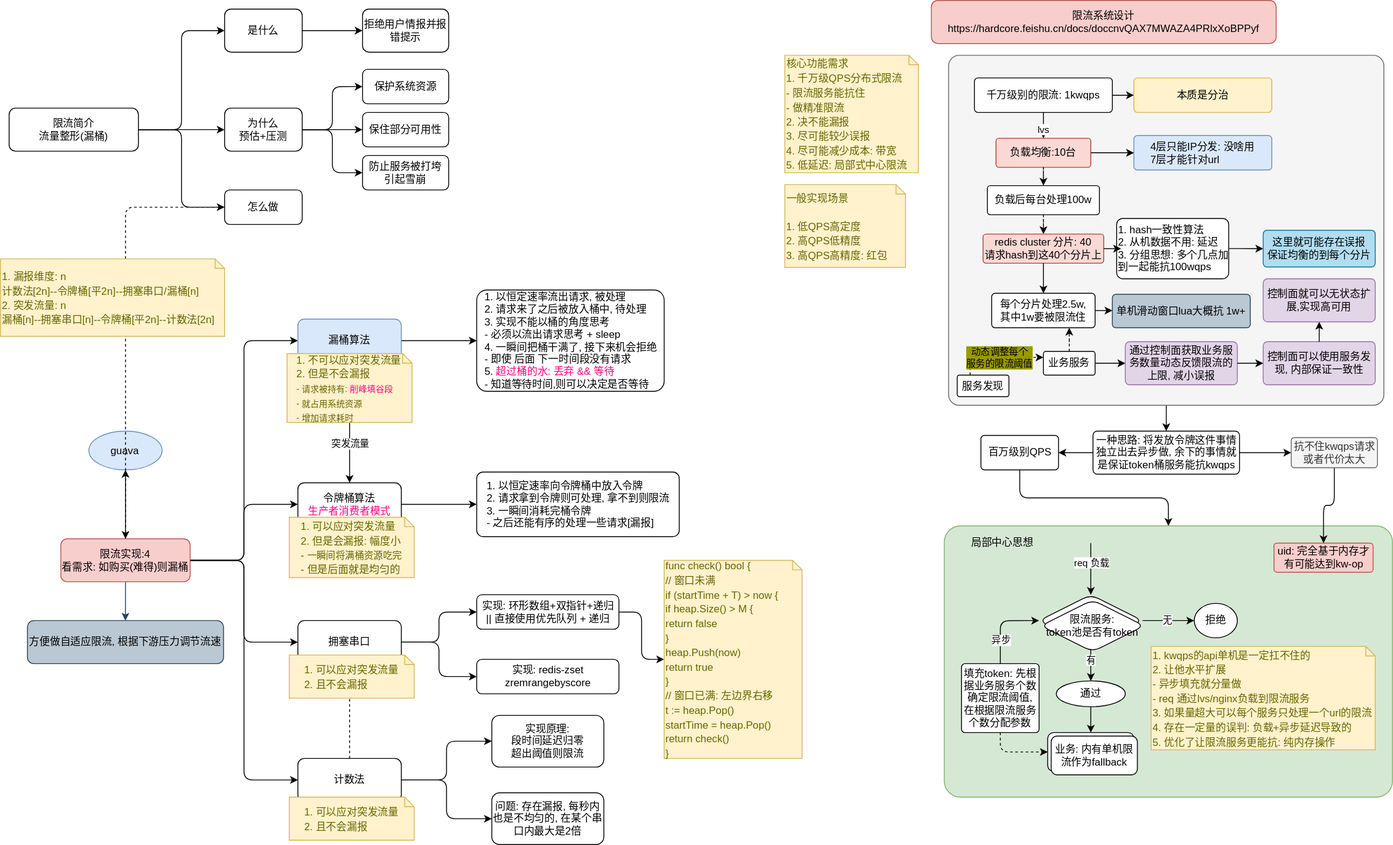
The draw.io diagram diagrams/dist/04.dist-limit.svg in Alice52/diagrams, before a commit. Source tidied: cells renumbered, new cells last; positions are measured from the earlier drawing's top-left corner, leaving out a move shared by most shapes.
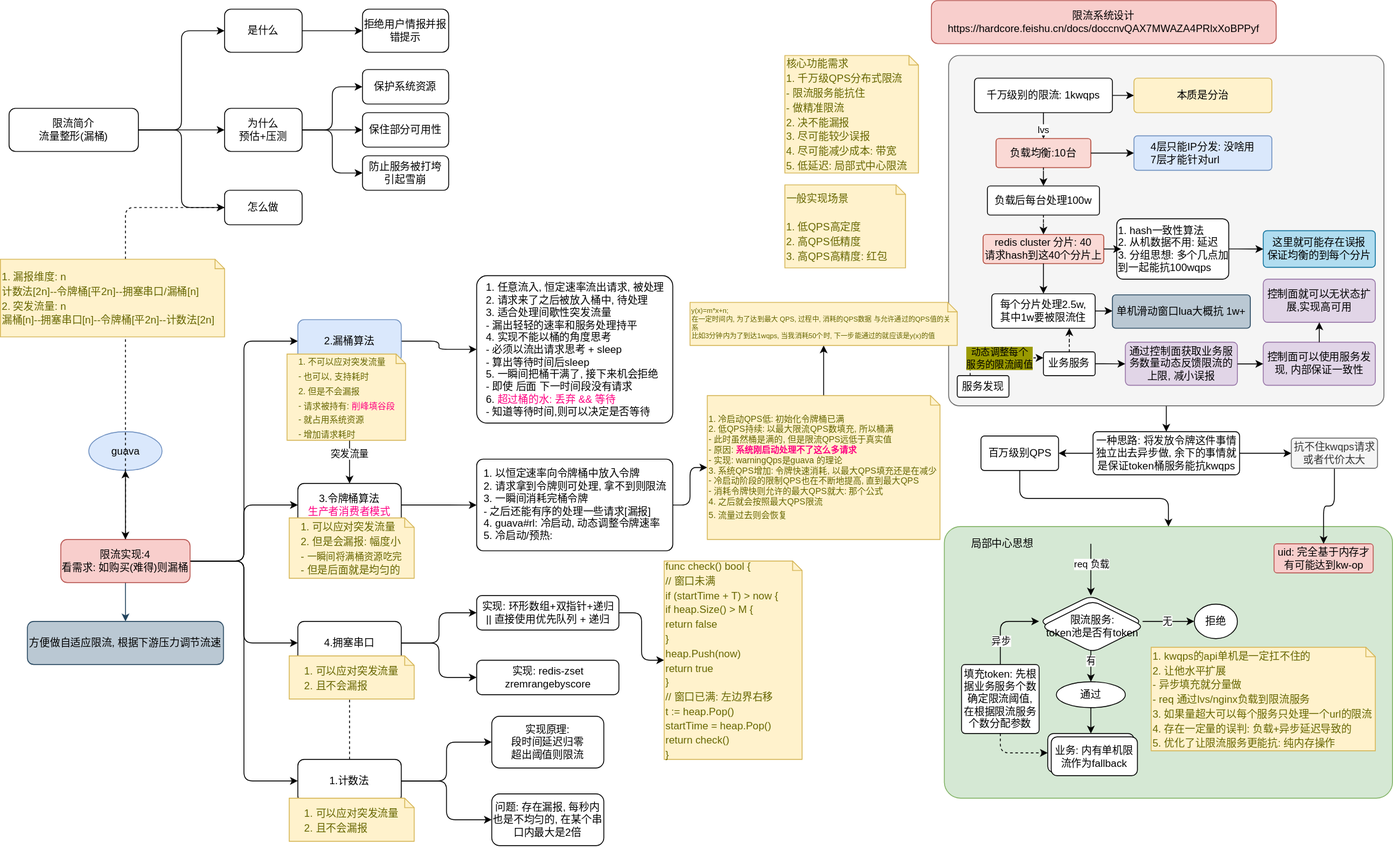
Above is the later version.

Commit message:
dist/limit: add warmup for token-limit solution

Diff of the diagram source:
```diff
@@ -106,15 +106,17 @@
       <mxGeometry relative="1" as="geometry" />
     </mxCell>
     <mxCell id="34" value="突发流量" style="edgeLabel;html=1;align=center;verticalAlign=middle;" parent="33" vertex="1">
-      <mxGeometry x="0.35" y="1" relative="1" as="geometry" />
+      <mxGeometry x="0.35" y="1" relative="1" as="geometry">
+        <mxPoint x="-1" y="11" as="offset" />
+      </mxGeometry>
     </mxCell>
-    <mxCell id="35" value="漏桶算法" style="rounded=1;whiteSpace=wrap;html=1;fillColor=#dae8fc;strokeColor=#6c8ebf;" parent="1" vertex="1">
+    <mxCell id="35" value="2.漏桶算法" style="rounded=1;whiteSpace=wrap;html=1;fillColor=#dae8fc;strokeColor=#6c8ebf;" parent="1" vertex="1">
       <mxGeometry x="345" y="370" width="120" height="50" as="geometry" />
     </mxCell>
     <mxCell id="36" style="edgeStyle=orthogonalEdgeStyle;rounded=1;jettySize=auto;html=1;" parent="1" edge="1" source="37" target="73">
       <mxGeometry relative="1" as="geometry" />
     </mxCell>
-    <mxCell id="37" value="令牌桶算法&lt;br&gt;&lt;font color=&quot;#ff0080&quot;&gt;生产者消费者模式&lt;/font&gt;" style="rounded=1;whiteSpace=wrap;html=1;" parent="1" vertex="1">
+    <mxCell id="37" value="3.令牌桶算法&lt;br&gt;&lt;font color=&quot;#ff0080&quot;&gt;生产者消费者模式&lt;/font&gt;" style="rounded=1;whiteSpace=wrap;html=1;" parent="1" vertex="1">
       <mxGeometry x="345" y="560" width="120" height="50" as="geometry" />
     </mxCell>
     <mxCell id="38" style="edgeStyle=orthogonalEdgeStyle;rounded=1;jettySize=auto;html=1;" parent="1" edge="1" source="40" target="69">
@@ -123,7 +125,7 @@
     <mxCell id="39" style="edgeStyle=orthogonalEdgeStyle;rounded=1;jettySize=auto;html=1;" parent="1" edge="1" source="40" target="70">
       <mxGeometry relative="1" as="geometry" />
     </mxCell>
-    <mxCell id="40" value="拥塞串口" style="rounded=1;whiteSpace=wrap;html=1;" parent="1" vertex="1">
+    <mxCell id="40" value="4.拥塞串口" style="rounded=1;whiteSpace=wrap;html=1;" parent="1" vertex="1">
       <mxGeometry x="345" y="720" width="120" height="50" as="geometry" />
     </mxCell>
     <mxCell id="41" style="edgeStyle=orthogonalEdgeStyle;rounded=1;jettySize=auto;html=1;entryX=0;entryY=0.5;entryDx=0;entryDy=0;" parent="1" edge="1" source="44" target="62">
@@ -135,7 +137,7 @@
     <mxCell id="43" style="edgeStyle=orthogonalEdgeStyle;rounded=1;jettySize=auto;html=1;entryX=0.5;entryY=1;entryDx=0;entryDy=0;dashed=1;" parent="1" edge="1" source="44" target="40">
       <mxGeometry relative="1" as="geometry" />
     </mxCell>
-    <mxCell id="44" value="计数法" style="rounded=1;whiteSpace=wrap;html=1;" parent="1" vertex="1">
+    <mxCell id="44" value="1.计数法" style="rounded=1;whiteSpace=wrap;html=1;" parent="1" vertex="1">
       <mxGeometry x="345" y="880" width="120" height="50" as="geometry" />
     </mxCell>
     <mxCell id="45" value="guava" style="ellipse;whiteSpace=wrap;html=1;rounded=1;fillColor=#dae8fc;strokeColor=#6c8ebf;" parent="1" vertex="1">
@@ -202,8 +204,8 @@
     <mxCell id="64" value="&lt;div style=&quot;text-align: left&quot;&gt;&lt;span style=&quot;font-size: 12px&quot;&gt;1. 可以应对突发流量&lt;/span&gt;&lt;/div&gt;&lt;div style=&quot;text-align: left&quot;&gt;&lt;span style=&quot;font-size: 12px&quot;&gt;2. 但是会漏报: 幅度小&lt;/span&gt;&lt;/div&gt;&lt;div style=&quot;text-align: left&quot;&gt;&lt;span style=&quot;font-size: 12px&quot;&gt;&amp;nbsp; &amp;nbsp; - &lt;/span&gt;&lt;font style=&quot;font-size: 11px&quot;&gt;一瞬间将满桶资源吃完&lt;/font&gt;&lt;/div&gt;&lt;div style=&quot;text-align: left&quot;&gt;&lt;span style=&quot;font-size: 12px&quot;&gt;&amp;nbsp; &amp;nbsp; - 但是后面就是均匀的&lt;/span&gt;&lt;/div&gt;" style="shape=note;strokeWidth=0;fontSize=14;size=11;whiteSpace=wrap;html=1;fillColor=#fff2cc;strokeColor=#d6b656;fontColor=#666600;" parent="1" vertex="1">
       <mxGeometry x="335" y="600" width="145" height="70" as="geometry" />
     </mxCell>
-    <mxCell id="65" value="&lt;div style=&quot;text-align: left&quot;&gt;&lt;span style=&quot;font-size: 12px&quot;&gt;1. 不可以应对突发流量&lt;/span&gt;&lt;/div&gt;&lt;div style=&quot;text-align: left&quot;&gt;&lt;span style=&quot;font-size: 12px&quot;&gt;2. 但是不会漏报&lt;/span&gt;&lt;/div&gt;&lt;div style=&quot;text-align: left&quot;&gt;&lt;span style=&quot;font-size: 12px&quot;&gt;&amp;nbsp; &amp;nbsp; &lt;/span&gt;&lt;font style=&quot;font-size: 10px&quot;&gt;- 请求被持有: &lt;font color=&quot;#ff0080&quot;&gt;削峰填谷段&lt;/font&gt;&lt;/font&gt;&lt;/div&gt;&lt;div style=&quot;text-align: left&quot;&gt;&lt;font style=&quot;font-size: 13px&quot;&gt;&amp;nbsp; &lt;/font&gt;&lt;font style=&quot;font-size: 10px&quot;&gt;&amp;nbsp; - 就占用系统资源&lt;/font&gt;&lt;/div&gt;&lt;div style=&quot;text-align: left&quot;&gt;&lt;font style=&quot;font-size: 13px&quot;&gt;&amp;nbsp; &amp;nbsp; &lt;/font&gt;&lt;font style=&quot;font-size: 10px&quot;&gt;- 增加请求耗时&lt;/font&gt;&lt;/div&gt;" style="shape=note;strokeWidth=0;fontSize=14;size=11;whiteSpace=wrap;html=1;fillColor=#fff2cc;strokeColor=#d6b656;fontColor=#666600;" parent="1" vertex="1">
-      <mxGeometry x="332.5" y="410" width="145" height="80" as="geometry" />
+    <mxCell id="65" value="&lt;div style=&quot;text-align: left&quot;&gt;&lt;font style=&quot;font-size: 10px&quot;&gt;1. 不可以应对突发流量&lt;/font&gt;&lt;/div&gt;&lt;div style=&quot;text-align: left&quot;&gt;&lt;font style=&quot;font-size: 10px&quot;&gt;&amp;nbsp; &amp;nbsp; - 也可以, 支持耗时&lt;/font&gt;&lt;/div&gt;&lt;div style=&quot;text-align: left&quot;&gt;&lt;font style=&quot;font-size: 10px&quot;&gt;2. 但是不会漏报&lt;/font&gt;&lt;/div&gt;&lt;div style=&quot;text-align: left&quot;&gt;&lt;span style=&quot;font-size: 12px&quot;&gt;&amp;nbsp; &amp;nbsp; &lt;/span&gt;&lt;font style=&quot;font-size: 10px&quot;&gt;- 请求被持有: &lt;font color=&quot;#ff0080&quot;&gt;削峰填谷段&lt;/font&gt;&lt;/font&gt;&lt;/div&gt;&lt;div style=&quot;text-align: left&quot;&gt;&lt;font style=&quot;font-size: 13px&quot;&gt;&amp;nbsp; &lt;/font&gt;&lt;font style=&quot;font-size: 10px&quot;&gt;&amp;nbsp; - 就占用系统资源&lt;/font&gt;&lt;/div&gt;&lt;div style=&quot;text-align: left&quot;&gt;&lt;font style=&quot;font-size: 13px&quot;&gt;&amp;nbsp; &amp;nbsp; &lt;/font&gt;&lt;font style=&quot;font-size: 10px&quot;&gt;- 增加请求耗时&lt;/font&gt;&lt;/div&gt;" style="shape=note;strokeWidth=0;fontSize=14;size=11;whiteSpace=wrap;html=1;fillColor=#fff2cc;strokeColor=#d6b656;fontColor=#666600;" parent="1" vertex="1">
+      <mxGeometry x="332.5" y="410" width="137.5" height="100" as="geometry" />
     </mxCell>
     <mxCell id="66" value="&lt;div style=&quot;text-align: left&quot;&gt;&lt;span style=&quot;font-size: 12px&quot;&gt;1. 可以应对突发流量&lt;/span&gt;&lt;/div&gt;&lt;div style=&quot;text-align: left&quot;&gt;&lt;span style=&quot;font-size: 12px&quot;&gt;2. 且不会漏报&lt;/span&gt;&lt;/div&gt;" style="shape=note;strokeWidth=0;fontSize=14;size=11;whiteSpace=wrap;html=1;fillColor=#fff2cc;strokeColor=#d6b656;fontColor=#666600;" parent="1" vertex="1">
       <mxGeometry x="335" y="760" width="145" height="50" as="geometry" />
@@ -223,11 +225,14 @@
     <mxCell id="71" value="&lt;div&gt;&lt;span style=&quot;font-size: 12px&quot;&gt;func check() bool {&lt;/span&gt;&lt;/div&gt;&lt;div&gt;&lt;span style=&quot;font-size: 12px&quot;&gt;&amp;nbsp; // 窗口未满&lt;/span&gt;&lt;/div&gt;&lt;div&gt;&lt;span style=&quot;font-size: 12px&quot;&gt;&amp;nbsp; if (startTime + T) &amp;gt; now&amp;nbsp;&lt;/span&gt;&lt;span style=&quot;font-size: 12px&quot;&gt;{&lt;/span&gt;&lt;/div&gt;&lt;div&gt;&lt;span style=&quot;font-size: 12px&quot;&gt;&amp;nbsp; &amp;nbsp; if heap.Size() &amp;gt; M {&lt;/span&gt;&lt;/div&gt;&lt;div&gt;&lt;span style=&quot;font-size: 12px&quot;&gt;&amp;nbsp; &amp;nbsp; &amp;nbsp; return false&lt;/span&gt;&lt;/div&gt;&lt;div&gt;&lt;span style=&quot;font-size: 12px&quot;&gt;&amp;nbsp; &amp;nbsp; }&lt;/span&gt;&lt;/div&gt;&lt;div&gt;&lt;span style=&quot;font-size: 12px&quot;&gt;&amp;nbsp; &amp;nbsp; heap.Push(now)&lt;/span&gt;&lt;/div&gt;&lt;div&gt;&lt;span style=&quot;font-size: 12px&quot;&gt;&amp;nbsp; &amp;nbsp; return true&lt;/span&gt;&lt;/div&gt;&lt;div&gt;&lt;span style=&quot;font-size: 12px&quot;&gt;&amp;nbsp; }&lt;/span&gt;&lt;/div&gt;&lt;span style=&quot;font-size: 12px&quot;&gt;&amp;nbsp; // 窗口已满: 左边界右移&lt;/span&gt;&lt;div&gt;&lt;span style=&quot;font-size: 12px&quot;&gt;&amp;nbsp; t := heap.Pop()&lt;/span&gt;&lt;/div&gt;&lt;div&gt;&lt;span style=&quot;font-size: 12px&quot;&gt;&amp;nbsp; startTime = heap.Pop()&lt;/span&gt;&lt;/div&gt;&lt;div&gt;&lt;span style=&quot;font-size: 12px&quot;&gt;&amp;nbsp; return check()&lt;/span&gt;&lt;/div&gt;&lt;div&gt;&lt;span style=&quot;font-size: 12px&quot;&gt;}&lt;br&gt;&lt;/span&gt;&lt;/div&gt;" style="shape=note;strokeWidth=0;fontSize=14;size=11;whiteSpace=wrap;html=1;fillColor=#fff2cc;strokeColor=#d6b656;fontColor=#666600;align=left;" parent="1" vertex="1">
       <mxGeometry x="770" y="650" width="160" height="230" as="geometry" />
     </mxCell>
-    <mxCell id="72" value="&lt;div style=&quot;text-align: left&quot;&gt;&lt;span&gt;1. 以恒定速率流出请求, 被处理&lt;/span&gt;&lt;/div&gt;&lt;div style=&quot;text-align: left&quot;&gt;&lt;span&gt;2. 请求来了之后被放入桶中, 待处理&lt;/span&gt;&lt;/div&gt;&lt;div style=&quot;text-align: left&quot;&gt;&lt;div&gt;3.&amp;nbsp;实现不能以桶的角度思考&lt;/div&gt;&lt;div&gt;&amp;nbsp; &amp;nbsp; - 必须以流出请求思考 + sleep&lt;/div&gt;&lt;div&gt;4. 一瞬间把桶干满了, 接下来机会拒绝&lt;/div&gt;&lt;div&gt;&amp;nbsp; &amp;nbsp; - 即使&lt;span&gt;后面&lt;/span&gt;&lt;span&gt;下一时间段没有请求&lt;/span&gt;&lt;/div&gt;&lt;div&gt;5. &lt;font color=&quot;#ff0080&quot;&gt;超过桶的水: 丢弃 &amp;amp;&amp;amp; 等待&lt;/font&gt;&lt;/div&gt;&lt;div&gt;&amp;nbsp; &amp;nbsp; - 知道等待时间,则可以决定是否等待&lt;font color=&quot;#ff0080&quot;&gt;&lt;br&gt;&lt;/font&gt;&lt;/div&gt;&lt;/div&gt;" style="rounded=1;whiteSpace=wrap;html=1;arcSize=10;" parent="1" vertex="1">
-      <mxGeometry x="552.5" y="336.2" width="217.5" height="117.5" as="geometry" />
+    <mxCell id="72" value="&lt;div style=&quot;text-align: left&quot;&gt;&lt;span&gt;1. 任意流入, 恒定速率流出请求, 被处理&lt;/span&gt;&lt;/div&gt;&lt;div style=&quot;text-align: left&quot;&gt;&lt;span&gt;2. 请求来了之后被放入桶中, 待处理&lt;/span&gt;&lt;/div&gt;&lt;div style=&quot;text-align: left&quot;&gt;&lt;div&gt;3. 适合处理间歇性突发流量&lt;/div&gt;&lt;div&gt;&amp;nbsp; &amp;nbsp; - 漏出轻轻的速率和服务处理持平&lt;/div&gt;&lt;div&gt;4.&amp;nbsp;实现不能以桶的角度思考&lt;/div&gt;&lt;div&gt;&amp;nbsp; &amp;nbsp; - 必须以流出请求思考 + sleep&lt;/div&gt;&lt;div&gt;&amp;nbsp; &amp;nbsp; - 算出等待时间后sleep&lt;/div&gt;&lt;div&gt;5. 一瞬间把桶干满了, 接下来机会拒绝&lt;/div&gt;&lt;div&gt;&amp;nbsp; &amp;nbsp; - 即使&lt;span&gt;后面&lt;/span&gt;&lt;span&gt;下一时间段没有请求&lt;/span&gt;&lt;/div&gt;&lt;div&gt;6. &lt;font color=&quot;#ff0080&quot;&gt;超过桶的水: 丢弃 &amp;amp;&amp;amp; 等待&lt;/font&gt;&lt;/div&gt;&lt;div&gt;&amp;nbsp; &amp;nbsp; - 知道等待时间,则可以决定是否等待&lt;font color=&quot;#ff0080&quot;&gt;&lt;br&gt;&lt;/font&gt;&lt;/div&gt;&lt;/div&gt;" style="rounded=1;whiteSpace=wrap;html=1;arcSize=7;" parent="1" vertex="1">
+      <mxGeometry x="552.5" y="319.1" width="227.5" height="170.9" as="geometry" />
     </mxCell>
+    <mxCell id="119" style="edgeStyle=orthogonalEdgeStyle;rounded=1;jettySize=auto;html=1;entryX=0;entryY=0.5;entryDx=0;entryDy=0;entryPerimeter=0;" parent="1" edge="1" source="73" target="121">
+      <mxGeometry relative="1" as="geometry" />
+    </mxCell>
-    <mxCell id="73" value="&lt;div style=&quot;text-align: left&quot;&gt;&lt;span&gt;1. 以恒定速率向令牌桶中放入令牌&lt;/span&gt;&lt;/div&gt;&lt;div style=&quot;text-align: left&quot;&gt;&lt;span&gt;2. 请求拿到令牌则可处理, 拿不到则限流&lt;/span&gt;&lt;/div&gt;&lt;div style=&quot;text-align: left&quot;&gt;&lt;span&gt;3. 一瞬间消耗完桶令牌&lt;/span&gt;&lt;/div&gt;&lt;div style=&quot;text-align: left&quot;&gt;&lt;span&gt;&amp;nbsp; &amp;nbsp; - 之后还能有序的处理一些请求[漏报]&lt;/span&gt;&lt;/div&gt;" style="rounded=1;whiteSpace=wrap;html=1;arcSize=10;" parent="1" vertex="1">
-      <mxGeometry x="552.5" y="547.5" width="235" height="75" as="geometry" />
+    <mxCell id="73" value="&lt;div style=&quot;text-align: left&quot;&gt;&lt;span&gt;1. 以恒定速率向令牌桶中放入令牌&lt;/span&gt;&lt;/div&gt;&lt;div style=&quot;text-align: left&quot;&gt;&lt;span&gt;2. 请求拿到令牌则可处理, 拿不到则限流&lt;/span&gt;&lt;/div&gt;&lt;div style=&quot;text-align: left&quot;&gt;&lt;span&gt;3. 一瞬间消耗完桶令牌&lt;/span&gt;&lt;/div&gt;&lt;div style=&quot;text-align: left&quot;&gt;&lt;span&gt;&amp;nbsp; &amp;nbsp; - 之后还能有序的处理一些请求[漏报]&lt;/span&gt;&lt;/div&gt;&lt;div style=&quot;text-align: left&quot;&gt;&lt;span&gt;4. guava#rl: 冷启动, 动态调整令牌速率&lt;/span&gt;&lt;/div&gt;&lt;div style=&quot;text-align: left&quot;&gt;5. 冷启动/预热:&lt;/div&gt;" style="rounded=1;whiteSpace=wrap;html=1;arcSize=7;" parent="1" vertex="1">
+      <mxGeometry x="552.5" y="531.9" width="227.5" height="106.2" as="geometry" />
     </mxCell>
     <mxCell id="74" value="&lt;div style=&quot;text-align: left&quot;&gt;&lt;span style=&quot;font-size: 12px&quot;&gt;1. 可以应对突发流量&lt;/span&gt;&lt;/div&gt;&lt;div style=&quot;text-align: left&quot;&gt;&lt;span style=&quot;font-size: 12px&quot;&gt;2. 且不会漏报&lt;/span&gt;&lt;/div&gt;" style="shape=note;strokeWidth=0;fontSize=14;size=11;whiteSpace=wrap;html=1;fillColor=#fff2cc;strokeColor=#d6b656;fontColor=#666600;" parent="1" vertex="1">
       <mxGeometry x="335" y="925" width="145" height="50" as="geometry" />
@@ -364,5 +369,14 @@
     <mxCell id="118" value="服务发现" style="rounded=1;whiteSpace=wrap;html=1;arcSize=10;" parent="86" vertex="1">
       <mxGeometry x="10" y="371.2" width="60" height="25" as="geometry" />
     </mxCell>
+    <mxCell id="120" style="edgeStyle=orthogonalEdgeStyle;rounded=1;jettySize=auto;html=1;" parent="1" edge="1" source="121" target="122">
+      <mxGeometry relative="1" as="geometry" />
+    </mxCell>
+    <mxCell id="121" value="&lt;div&gt;&lt;div style=&quot;font-size: 10px&quot;&gt;&lt;span&gt;1. 冷启动QPS低: 初始化令牌桶已满&lt;/span&gt;&lt;/div&gt;&lt;div style=&quot;font-size: 10px&quot;&gt;&lt;span&gt;2. 低QPS持续: 以最大限流QPS数填充, 所以桶满&lt;/span&gt;&lt;/div&gt;&lt;div style=&quot;font-size: 10px&quot;&gt;&lt;span&gt;&amp;nbsp; &amp;nbsp;- 此时虽然桶是满的, 但是限流QPS远低于真实值&lt;/span&gt;&lt;/div&gt;&lt;div style=&quot;font-size: 10px&quot;&gt;&amp;nbsp; &amp;nbsp;- 原因: &lt;font color=&quot;#ff0080&quot;&gt;&lt;b&gt;系统刚启动处理不了这么多请求&lt;/b&gt;&lt;/font&gt;&lt;/div&gt;&lt;div style=&quot;font-size: 10px&quot;&gt;&lt;span&gt;&amp;nbsp; &amp;nbsp;- 实现: warningQps是guava 的理论&lt;/span&gt;&lt;/div&gt;&lt;div style=&quot;font-size: 10px&quot;&gt;&lt;span&gt;3. 系统QPS增加: 令牌快速消耗, 以最大QPS填充还是在减少&lt;/span&gt;&lt;/div&gt;&lt;div style=&quot;font-size: 10px&quot;&gt;&lt;span&gt;&amp;nbsp; &amp;nbsp;- 冷启动阶段的限制QPS也在不断地提高, 直到最大QPS&lt;/span&gt;&lt;/div&gt;&lt;div style=&quot;font-size: 10px&quot;&gt;&lt;span&gt;&amp;nbsp; &amp;nbsp;- 消耗令牌快则允许的最大QPS就大: 那个公式&lt;/span&gt;&lt;/div&gt;&lt;div style=&quot;font-size: 10px&quot;&gt;&lt;span&gt;4. 之后就会按照最大QPS限流&lt;/span&gt;&lt;/div&gt;&lt;div&gt;&lt;font style=&quot;font-size: 10px&quot;&gt;5. 流量过去则会恢复&lt;/font&gt;&lt;/div&gt;&lt;/div&gt;" style="shape=note;strokeWidth=0;fontSize=14;size=11;whiteSpace=wrap;html=1;fillColor=#fff2cc;strokeColor=#d6b656;fontColor=#666600;align=left;" parent="1" vertex="1">
+      <mxGeometry x="820" y="458.1" width="270" height="166.9" as="geometry" />
+    </mxCell>
+    <mxCell id="122" value="&lt;div style=&quot;font-size: 8px&quot;&gt;&lt;div&gt;y(x)=m*x+n;&lt;/div&gt;&lt;div&gt;在一定时间内, 为了达到最大 QPS, 过程中, 消耗的QPS数据&lt;span&gt;与允许通过的QPS值的关系&lt;/span&gt;&lt;/div&gt;&lt;div&gt;&lt;span&gt;比如3分钟内为了到达1wqps, 当我消耗50个时, 下一步能通过的就应该是y(x)的值&lt;/span&gt;&lt;/div&gt;&lt;/div&gt;" style="shape=note;strokeWidth=0;fontSize=14;size=11;whiteSpace=wrap;html=1;fillColor=#fff2cc;strokeColor=#d6b656;fontColor=#666600;align=left;" parent="1" vertex="1">
+      <mxGeometry x="800" y="350" width="310" height="50" as="geometry" />
+    </mxCell>
   </root>
 </mxGraphModel>
```
